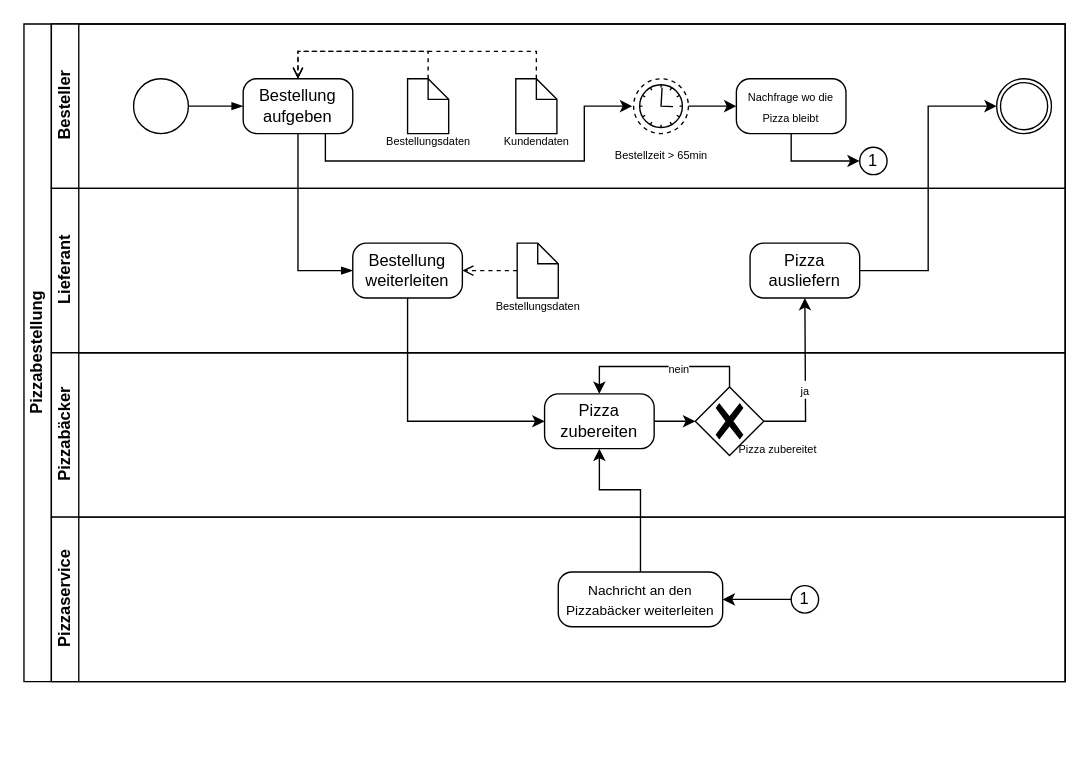
Before: 18-21 BPMN/Aufgabe18/Aufgabe18.drawio in R4Tobi/modellierung, a draw.io diagram. Source tidied: cells renumbered, new cells numbered last; positions are measured from the earlier drawing's top-left corner, leaving out a move shared by most shapes. Both pictures are drawn from the tidied source at 137%, with x=0, y=0 at pixel (23, 23).
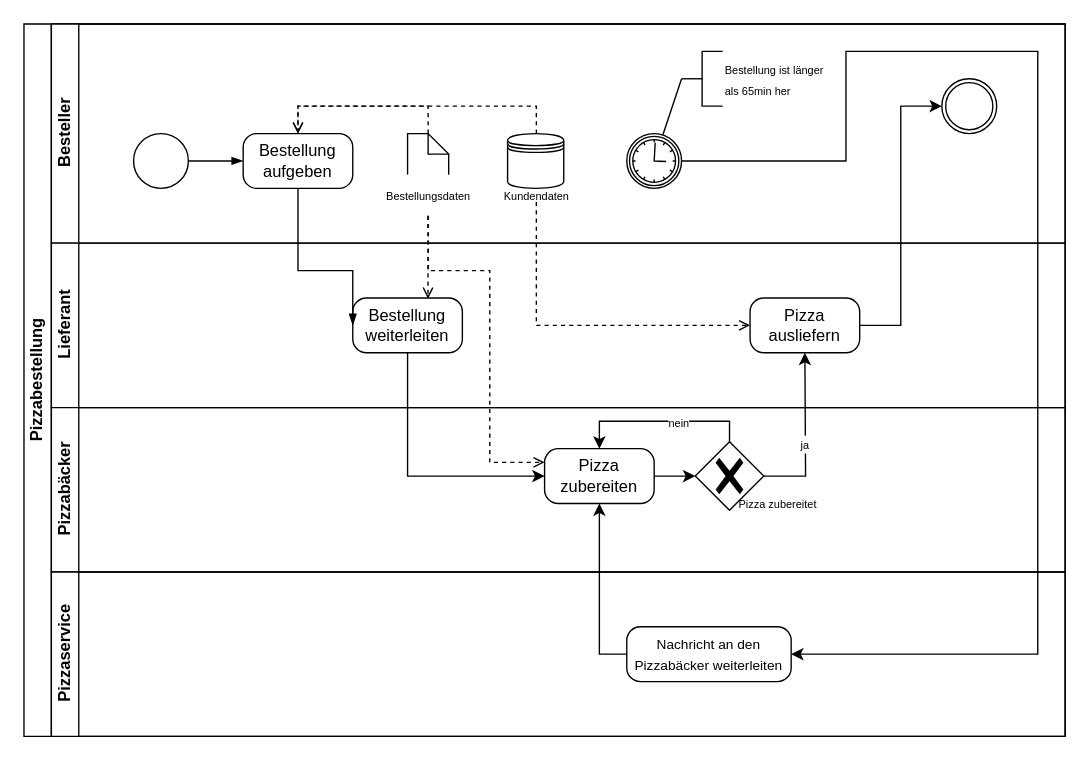
The same diagram, later.

The change refers to these unchanged cells:
```xml
<mxCell id="22" value="Bestellung weiterleiten" style="points=[[0.25,0,0],[0.5,0,0],[0.75,0,0],[1,0.25,0],[1,0.5,0],[1,0.75,0],[0.75,1,0],[0.5,1,0],[0.25,1,0],[0,0.75,0],[0,0.5,0],[0,0.25,0]];shape=mxgraph.bpmn.task;whiteSpace=wrap;rectStyle=rounded;size=10;html=1;taskMarker=abstract;" parent="21" vertex="1">
  <mxGeometry x="220" y="40" width="80" height="40" as="geometry" />
</mxCell>
<mxCell id="26" value="Pizza ausliefern" style="points=[[0.25,0,0],[0.5,0,0],[0.75,0,0],[1,0.25,0],[1,0.5,0],[1,0.75,0],[0.75,1,0],[0.5,1,0],[0.25,1,0],[0,0.75,0],[0,0.5,0],[0,0.25,0]];shape=mxgraph.bpmn.task;whiteSpace=wrap;rectStyle=rounded;size=10;html=1;taskMarker=abstract;" parent="21" vertex="1">
  <mxGeometry x="510" y="40" width="80" height="40" as="geometry" />
</mxCell>
<mxCell id="29" value="Pizza zubereiten" style="points=[[0.25,0,0],[0.5,0,0],[0.75,0,0],[1,0.25,0],[1,0.5,0],[1,0.75,0],[0.75,1,0],[0.5,1,0],[0.25,1,0],[0,0.75,0],[0,0.5,0],[0,0.25,0]];shape=mxgraph.bpmn.task;whiteSpace=wrap;rectStyle=rounded;size=10;html=1;taskMarker=abstract;" parent="27" vertex="1">
  <mxGeometry x="360" y="30" width="80" height="40" as="geometry" />
</mxCell>
```

What changed in the source:
```diff
@@
     <mxCell id="2" value="Pizzabestellung" style="swimlane;html=1;horizontal=0;startSize=20;whiteSpace=wrap;" parent="1" vertex="1">
-      <mxGeometry width="760" height="480" as="geometry" />
+      <mxGeometry width="760" height="520" as="geometry" />
     </mxCell>
     <mxCell id="3" value="Besteller" style="swimlane;html=1;startSize=20;horizontal=0;" parent="2" vertex="1">
-      <mxGeometry x="20" width="740" height="120" as="geometry" />
+      <mxGeometry x="20" width="740" height="160" as="geometry" />
     </mxCell>
     <mxCell id="4" style="points=[[0.145,0.145,0],[0.5,0,0],[0.855,0.145,0],[1,0.5,0],[0.855,0.855,0],[0.5,1,0],[0.145,0.855,0],[0,0.5,0]];shape=mxgraph.bpmn.event;html=1;verticalLabelPosition=bottom;labelBackgroundColor=#ffffff;verticalAlign=top;align=center;perimeter=ellipsePerimeter;outlineConnect=0;outline=standard;symbol=general;" parent="3" vertex="1">
-      <mxGeometry x="60" y="40" width="40" height="40" as="geometry" />
+      <mxGeometry x="60" y="80" width="40" height="40" as="geometry" />
     </mxCell>
     <mxCell id="5" value="Bestellung aufgeben" style="points=[[0.25,0,0],[0.5,0,0],[0.75,0,0],[1,0.25,0],[1,0.5,0],[1,0.75,0],[0.75,1,0],[0.5,1,0],[0.25,1,0],[0,0.75,0],[0,0.5,0],[0,0.25,0]];shape=mxgraph.bpmn.task;whiteSpace=wrap;rectStyle=rounded;size=10;html=1;taskMarker=abstract;" parent="3" vertex="1">
-      <mxGeometry x="140" y="40" width="80" height="40" as="geometry" />
+      <mxGeometry x="140" y="80" width="80" height="40" as="geometry" />
     </mxCell>
     <mxCell id="6" style="shape=mxgraph.bpmn.data;labelPosition=center;verticalLabelPosition=bottom;align=center;verticalAlign=top;size=15;html=1;" parent="3" vertex="1">
-      <mxGeometry x="260" y="40" width="30" height="40" as="geometry" />
+      <mxGeometry x="260" y="80" width="30" height="40" as="geometry" />
     </mxCell>
@@
-    <mxCell id="9" value="&lt;font style=&quot;font-size: 8px;&quot;&gt;Bestellungsdaten&lt;/font&gt;" style="text;html=1;align=center;verticalAlign=middle;points=[];strokeColor=none;fillColor=none;" parent="3" vertex="1">
-      <mxGeometry x="235" y="70" width="80" height="30" as="geometry" />
+    <mxCell id="9" value="&lt;font style=&quot;font-size: 8px;&quot;&gt;Bestellungsdaten&lt;/font&gt;" style="text;html=1;align=center;verticalAlign=middle;points=[];strokeColor=none;fillColor=default;" parent="3" vertex="1">
+      <mxGeometry x="235" y="110" width="80" height="30" as="geometry" />
     </mxCell>
-    <mxCell id="10" style="edgeStyle=orthogonalEdgeStyle;rounded=0;jettySize=auto;html=1;dashed=1;endArrow=open;endFill=0;" parent="3" edge="1" source="11">
+    <mxCell id="10" style="edgeStyle=orthogonalEdgeStyle;rounded=0;orthogonalLoop=1;jettySize=auto;html=1;dashed=1;endArrow=open;endFill=0;" parent="3" edge="1">
       <mxGeometry relative="1" as="geometry">
-        <mxPoint x="180" y="40" as="targetPoint" />
+        <mxPoint x="354" y="80" as="sourcePoint" />
+        <mxPoint x="180" y="80" as="targetPoint" />
         <Array as="points">
-          <mxPoint x="354" y="20" />
-          <mxPoint x="180" y="20" />
+          <mxPoint x="354" y="60" />
+          <mxPoint x="180" y="60" />
         </Array>
       </mxGeometry>
     </mxCell>
-    <mxCell id="11" style="shape=mxgraph.bpmn.data;labelPosition=center;verticalLabelPosition=bottom;align=center;verticalAlign=top;size=15;html=1;" parent="3" vertex="1">
-      <mxGeometry x="339" y="40" width="30" height="40" as="geometry" />
-    </mxCell>
     <mxCell id="12" value="&lt;font style=&quot;font-size: 8px;&quot;&gt;Kundendaten&lt;/font&gt;" style="text;html=1;align=center;verticalAlign=middle;strokeColor=none;fillColor=none;" parent="3" vertex="1">
-      <mxGeometry x="319" y="70" width="70" height="30" as="geometry" />
+      <mxGeometry x="319" y="110" width="70" height="30" as="geometry" />
     </mxCell>
     <mxCell id="13" style="points=[[0.145,0.145,0],[0.5,0,0],[0.855,0.145,0],[1,0.5,0],[0.855,0.855,0],[0.5,1,0],[0.145,0.855,0],[0,0.5,0]];shape=mxgraph.bpmn.event;html=1;verticalLabelPosition=bottom;labelBackgroundColor=#ffffff;verticalAlign=top;align=center;perimeter=ellipsePerimeter;outlineConnect=0;outline=throwing;symbol=general;" parent="3" vertex="1">
-      <mxGeometry x="690" y="40" width="40" height="40" as="geometry" />
+      <mxGeometry x="650" y="40" width="40" height="40" as="geometry" />
     </mxCell>
-    <mxCell id="14" style="edgeStyle=orthogonalEdgeStyle;rounded=0;jettySize=auto;html=1;exitX=0.75;exitY=1;exitDx=0;exitDy=0;exitPerimeter=0;" parent="3" edge="1" source="5">
-      <mxGeometry relative="1" as="geometry">
-        <mxPoint x="424" y="60" as="targetPoint" />
-        <Array as="points">
-          <mxPoint x="200" y="100" />
-          <mxPoint x="389" y="100" />
-          <mxPoint x="389" y="60" />
-          <mxPoint x="424" y="60" />
-        </Array>
-      </mxGeometry>
-    </mxCell>
-    <mxCell id="15" style="points=[[0.145,0.145,0],[0.5,0,0],[0.855,0.145,0],[1,0.5,0],[0.855,0.855,0],[0.5,1,0],[0.145,0.855,0],[0,0.5,0]];shape=mxgraph.bpmn.event;html=1;verticalLabelPosition=bottom;labelBackgroundColor=#ffffff;verticalAlign=top;align=center;perimeter=ellipsePerimeter;outlineConnect=0;outline=eventNonint;symbol=timer;" parent="3" vertex="1">
-      <mxGeometry x="425" y="40" width="40" height="40" as="geometry" />
-    </mxCell>
-    <mxCell id="16" value="&lt;font style=&quot;font-size: 8px;&quot;&gt;Bestellzeit &amp;gt; 65min&lt;/font&gt;" style="text;html=1;align=center;verticalAlign=middle;strokeColor=none;fillColor=none;" parent="3" vertex="1">
-      <mxGeometry x="400" y="80" width="90" height="30" as="geometry" />
-    </mxCell>
-    <mxCell id="17" value="&lt;font style=&quot;font-size: 8px;&quot;&gt;Nachfrage wo die Pizza bleibt&lt;/font&gt;" style="points=[[0.25,0,0],[0.5,0,0],[0.75,0,0],[1,0.25,0],[1,0.5,0],[1,0.75,0],[0.75,1,0],[0.5,1,0],[0.25,1,0],[0,0.75,0],[0,0.5,0],[0,0.25,0]];shape=mxgraph.bpmn.task;whiteSpace=wrap;rectStyle=rounded;size=10;html=1;taskMarker=abstract;" parent="3" vertex="1">
-      <mxGeometry x="500" y="40" width="80" height="40" as="geometry" />
-    </mxCell>
-    <mxCell id="18" style="edgeStyle=orthogonalEdgeStyle;rounded=0;jettySize=auto;html=1;entryX=0;entryY=0.5;entryDx=0;entryDy=0;entryPerimeter=0;" parent="3" edge="1" source="15" target="17">
-      <mxGeometry relative="1" as="geometry" />
-    </mxCell>
-    <mxCell id="19" value="1" style="ellipse;whiteSpace=wrap;html=1;" parent="3" vertex="1">
-      <mxGeometry x="590" y="90" width="20" height="20" as="geometry" />
-    </mxCell>
-    <mxCell id="20" style="edgeStyle=orthogonalEdgeStyle;rounded=0;jettySize=auto;html=1;entryX=0;entryY=0.5;entryDx=0;entryDy=0;" parent="3" edge="1" source="17" target="19">
-      <mxGeometry relative="1" as="geometry">
-        <Array as="points">
-          <mxPoint x="540" y="100" />
-        </Array>
-      </mxGeometry>
-    </mxCell>
+    <mxCell id="44" style="shape=datastore;html=1;labelPosition=center;verticalLabelPosition=bottom;align=center;verticalAlign=top;" parent="3" vertex="1">
+      <mxGeometry x="333" y="80" width="41" height="40" as="geometry" />
+    </mxCell>
+    <mxCell id="45" style="edgeStyle=orthogonalEdgeStyle;rounded=0;jettySize=auto;html=1;entryX=0;entryY=0.5;entryDx=0;entryDy=0;entryPerimeter=0;endArrow=open;endFill=0;dashed=1;" parent="3" edge="1" target="26">
+      <mxGeometry relative="1" as="geometry">
+        <mxPoint x="354" y="130" as="sourcePoint" />
+        <Array as="points">
+          <mxPoint x="354" y="220" />
+        </Array>
+      </mxGeometry>
+    </mxCell>
+    <mxCell id="46" style="edgeStyle=orthogonalEdgeStyle;rounded=0;jettySize=auto;html=1;" parent="3" edge="1" source="47">
+      <mxGeometry relative="1" as="geometry">
+        <mxPoint x="540" y="460" as="targetPoint" />
+        <Array as="points">
+          <mxPoint x="580" y="100" />
+          <mxPoint x="580" y="20" />
+          <mxPoint x="720" y="20" />
+          <mxPoint x="720" y="460" />
+        </Array>
+      </mxGeometry>
+    </mxCell>
+    <mxCell id="47" style="points=[[0.145,0.145,0],[0.5,0,0],[0.855,0.145,0],[1,0.5,0],[0.855,0.855,0],[0.5,1,0],[0.145,0.855,0],[0,0.5,0]];shape=mxgraph.bpmn.event;html=1;verticalLabelPosition=bottom;labelBackgroundColor=#ffffff;verticalAlign=top;align=center;perimeter=ellipsePerimeter;outlineConnect=0;outline=boundInt;symbol=timer;" parent="3" vertex="1">
+      <mxGeometry x="420" y="80" width="40" height="40" as="geometry" />
+    </mxCell>
+    <mxCell id="48" value="&lt;font style=&quot;font-size: 8px;&quot;&gt;Bestellung ist länger&lt;br&gt;als 65min her&lt;/font&gt;" style="html=1;shape=mxgraph.flowchart.annotation_2;align=left;labelPosition=right;" parent="3" vertex="1">
+      <mxGeometry x="460" y="20" width="30" height="40" as="geometry" />
+    </mxCell>
+    <mxCell id="49" style="rounded=0;jettySize=auto;html=1;entryX=0;entryY=0.5;entryDx=0;entryDy=0;entryPerimeter=0;endArrow=none;endFill=0;" parent="3" edge="1" source="47" target="48">
+      <mxGeometry relative="1" as="geometry" />
+    </mxCell>
     <mxCell id="21" value="Lieferant" style="swimlane;html=1;startSize=20;horizontal=0;" parent="2" vertex="1">
-      <mxGeometry x="20" y="120" width="740" height="120" as="geometry" />
+      <mxGeometry x="20" y="160" width="740" height="120" as="geometry" />
     </mxCell>
+    <mxCell id="50" style="edgeStyle=orthogonalEdgeStyle;rounded=0;jettySize=auto;html=1;exitX=0.75;exitY=1;exitDx=0;exitDy=0;exitPerimeter=0;" parent="21" edge="1" source="22">
+      <mxGeometry relative="1" as="geometry">
+        <mxPoint x="280" y="80.2" as="targetPoint" />
+      </mxGeometry>
+    </mxCell>
@@
-    <mxCell id="23" style="shape=mxgraph.bpmn.data;labelPosition=center;verticalLabelPosition=bottom;align=center;verticalAlign=top;size=15;html=1;" parent="21" vertex="1">
-      <mxGeometry x="340" y="40" width="30" height="40" as="geometry" />
-    </mxCell>
-    <mxCell id="24" value="&lt;font style=&quot;font-size: 8px;&quot;&gt;Bestellungsdaten&lt;/font&gt;" style="text;html=1;align=center;verticalAlign=middle;strokeColor=none;fillColor=none;" parent="21" vertex="1">
-      <mxGeometry x="315" y="70" width="80" height="30" as="geometry" />
-    </mxCell>
-    <mxCell id="25" style="edgeStyle=orthogonalEdgeStyle;rounded=0;jettySize=auto;html=1;entryX=1;entryY=0.5;entryDx=0;entryDy=0;entryPerimeter=0;exitX=0;exitY=0.5;exitDx=0;exitDy=0;exitPerimeter=0;endArrow=open;endFill=0;dashed=1;" parent="21" edge="1" source="23" target="22">
-      <mxGeometry relative="1" as="geometry" />
-    </mxCell>
@@
     <mxCell id="27" value="Pizzabäcker" style="swimlane;html=1;startSize=20;horizontal=0;" parent="2" vertex="1">
-      <mxGeometry x="20" y="240" width="740" height="120" as="geometry" />
+      <mxGeometry x="20" y="280" width="740" height="120" as="geometry" />
     </mxCell>
@@
     <mxCell id="36" value="Pizzaservice" style="swimlane;html=1;startSize=20;horizontal=0;" parent="2" vertex="1">
-      <mxGeometry x="20" y="360" width="740" height="120" as="geometry" />
+      <mxGeometry x="20" y="400" width="740" height="120" as="geometry" />
     </mxCell>
-    <mxCell id="37" value="1" style="ellipse;whiteSpace=wrap;html=1;" parent="36" vertex="1">
-      <mxGeometry x="540" y="50" width="20" height="20" as="geometry" />
-    </mxCell>
     <mxCell id="38" value="&lt;font style=&quot;font-size: 10px;&quot;&gt;Nachricht an den Pizzabäcker weiterleiten&lt;/font&gt;" style="points=[[0.25,0,0],[0.5,0,0],[0.75,0,0],[1,0.25,0],[1,0.5,0],[1,0.75,0],[0.75,1,0],[0.5,1,0],[0.25,1,0],[0,0.75,0],[0,0.5,0],[0,0.25,0]];shape=mxgraph.bpmn.task;whiteSpace=wrap;rectStyle=rounded;size=10;html=1;taskMarker=abstract;" parent="36" vertex="1">
-      <mxGeometry x="370" y="40" width="120" height="40" as="geometry" />
+      <mxGeometry x="420" y="40" width="120" height="40" as="geometry" />
     </mxCell>
-    <mxCell id="39" style="edgeStyle=orthogonalEdgeStyle;rounded=0;jettySize=auto;html=1;exitX=0;exitY=0.5;exitDx=0;exitDy=0;entryX=1;entryY=0.5;entryDx=0;entryDy=0;entryPerimeter=0;" parent="36" edge="1" source="37" target="38">
-      <mxGeometry relative="1" as="geometry" />
-    </mxCell>
@@
     <mxCell id="43" style="edgeStyle=orthogonalEdgeStyle;rounded=0;jettySize=auto;html=1;entryX=0.5;entryY=1;entryDx=0;entryDy=0;entryPerimeter=0;" parent="2" edge="1" source="38" target="29">
       <mxGeometry relative="1" as="geometry">
         <Array as="points">
-          <mxPoint x="450" y="340" />
-          <mxPoint x="420" y="340" />
+          <mxPoint x="420" y="460" />
         </Array>
       </mxGeometry>
     </mxCell>
+    <mxCell id="51" style="edgeStyle=orthogonalEdgeStyle;rounded=0;jettySize=auto;html=1;entryX=0.686;entryY=0.013;entryDx=0;entryDy=0;entryPerimeter=0;endArrow=open;endFill=0;dashed=1;" parent="2" edge="1" source="9" target="22">
+      <mxGeometry relative="1" as="geometry" />
+    </mxCell>
+    <mxCell id="52" style="edgeStyle=orthogonalEdgeStyle;rounded=0;jettySize=auto;html=1;entryX=0;entryY=0.25;entryDx=0;entryDy=0;entryPerimeter=0;dashed=1;endArrow=open;endFill=0;" parent="2" edge="1" source="9" target="29">
+      <mxGeometry relative="1" as="geometry">
+        <Array as="points">
+          <mxPoint x="295" y="180" />
+          <mxPoint x="340" y="180" />
+          <mxPoint x="340" y="320" />
+        </Array>
+      </mxGeometry>
+    </mxCell>
```
